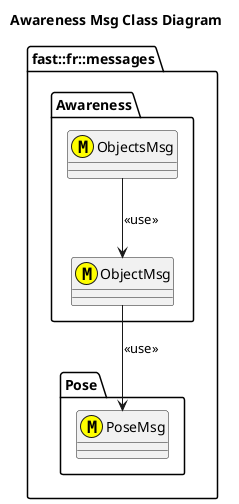
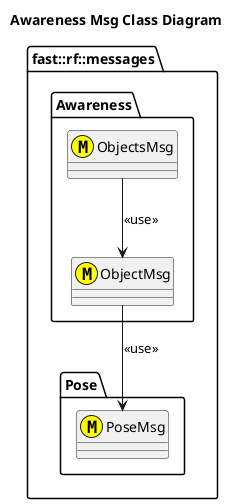
@startuml
title Awareness Msg Class Diagram

- namespace fast::fr::messages {
+ namespace fast::rf::messages {
  namespace Pose {
    class PoseMsg <<(M,#FFFF00) >>
  }
  namespace Awareness {

    class ObjectMsg <<(M,#FFFF00) >> {

    }
    ObjectMsg --> PoseMsg: <<use>>
    class ObjectsMsg <<(M,#FFFF00) >> {

    }
    ObjectsMsg --> ObjectMsg: <<use>>

  }
}